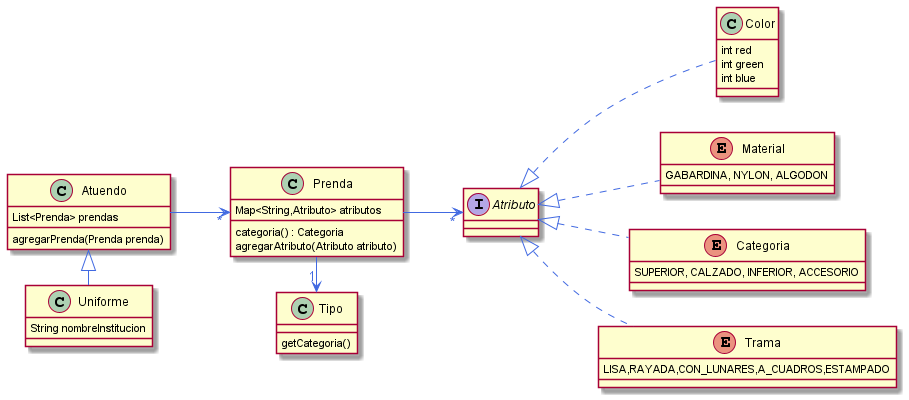
Earlier version of the PlantUML export Diagrama de Clases.png (mecsafonso/QueMePongo2).
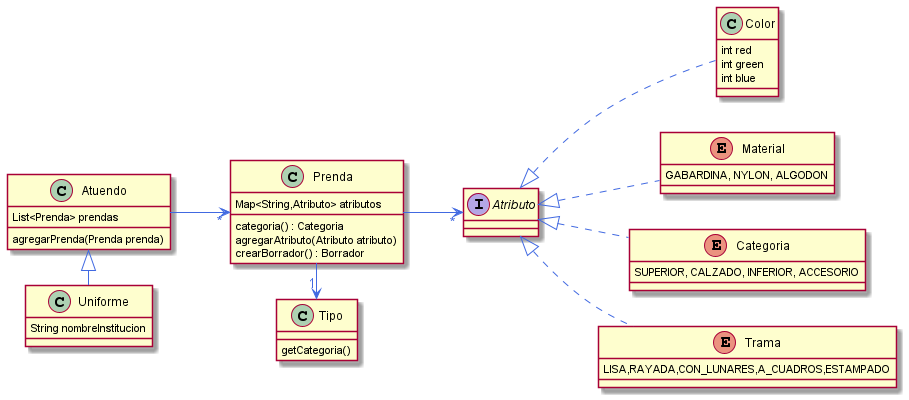
The same file after the commit.

Change to the diagram source:
```diff
@@ -8,6 +8,7 @@
 Map<String,Atributo> atributos
 categoria() : Categoria
 agregarAtributo(Atributo atributo)
+crearBorrador() : Borrador
 }
 class Tipo{
 getCategoria()
```
